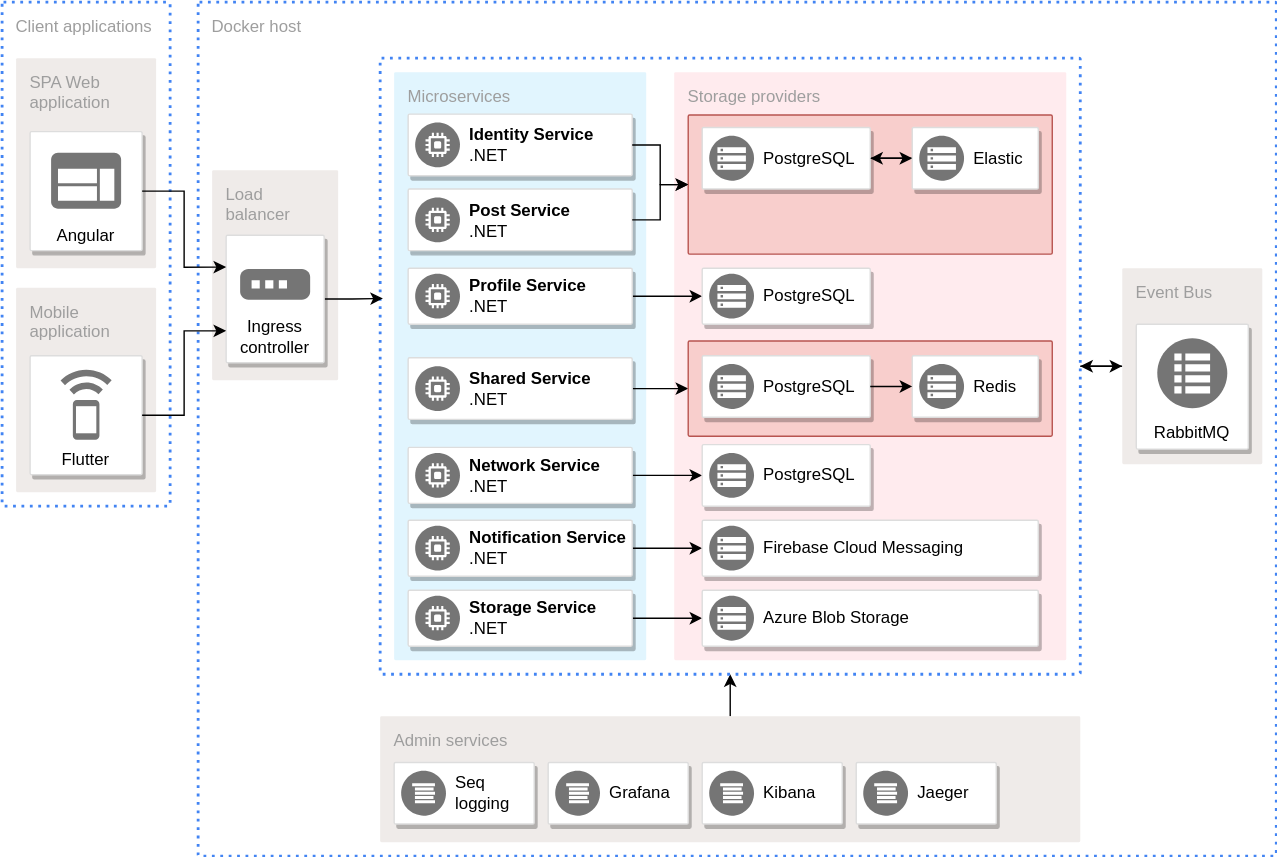
AdilRashidov/flilia-documentation keeps this draw.io diagram as backend/development-environment-architecture.svg. Above is the earlier version. Source tidied: cells renumbered, new cells last; positions are measured from the earlier drawing's top-left corner, leaving out a move shared by most shapes.
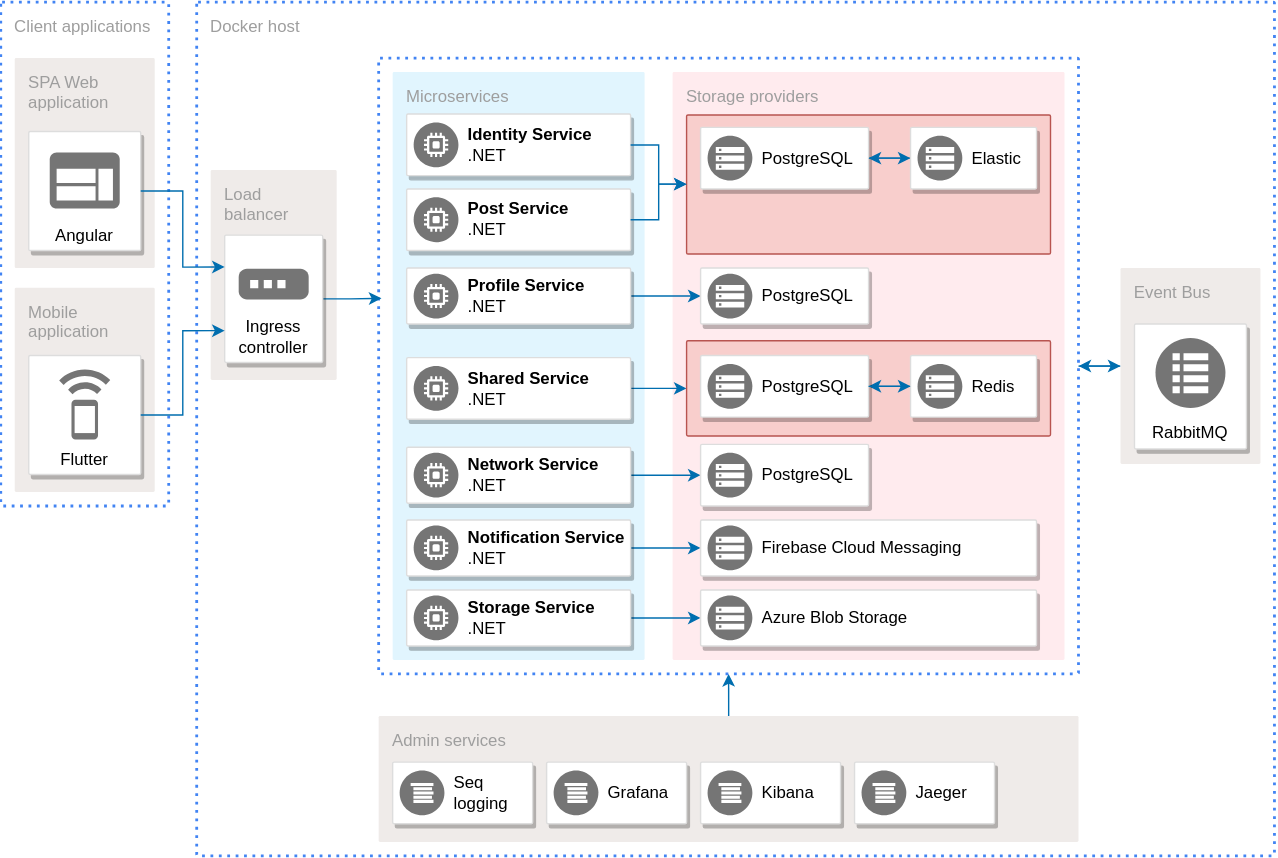
Later version of the same file.

Commit message:
Fix: Update diagran arrow colors

The edit, as a diff of the source:
```diff
@@ -5,7 +5,7 @@
     <mxCell id="2" value="Docker host" style="rounded=1;absoluteArcSize=1;arcSize=2;html=1;strokeColor=#4284F3;gradientColor=none;shadow=0;dashed=1;fontSize=12;fontColor=#9E9E9E;align=left;verticalAlign=top;spacing=10;spacingTop=-4;fillColor=none;dashPattern=1 2;strokeWidth=2;" parent="1" vertex="1">
       <mxGeometry x="140" width="770" height="610" as="geometry" />
     </mxCell>
-    <mxCell id="3" style="edgeStyle=orthogonalEdgeStyle;rounded=0;jettySize=auto;html=1;entryX=0.5;entryY=1;entryDx=0;entryDy=0;fontColor=#000000;" parent="1" edge="1" source="4" target="14">
+    <mxCell id="3" style="edgeStyle=orthogonalEdgeStyle;rounded=0;jettySize=auto;html=1;entryX=0.5;entryY=1;entryDx=0;entryDy=0;fontColor=#000000;fillColor=#1ba1e2;strokeColor=#006EAF;" parent="1" edge="1" source="4" target="14">
       <mxGeometry relative="1" as="geometry" />
     </mxCell>
     <mxCell id="4" value="Admin services" style="points=[[0,0,0],[0.25,0,0],[0.5,0,0],[0.75,0,0],[1,0,0],[1,0.25,0],[1,0.5,0],[1,0.75,0],[1,1,0],[0.75,1,0],[0.5,1,0],[0.25,1,0],[0,1,0],[0,0.75,0],[0,0.5,0],[0,0.25,0]];rounded=1;absoluteArcSize=1;arcSize=2;html=1;strokeColor=none;gradientColor=none;shadow=0;dashed=0;fontSize=12;fontColor=#9E9E9E;align=left;verticalAlign=top;spacing=10;spacingTop=-4;fillColor=#EFEBE9;glass=0;sketch=0;" parent="1" vertex="1">
@@ -39,7 +39,7 @@
     <mxCell id="12" value="Load &lt;br&gt;balancer" style="rounded=1;absoluteArcSize=1;arcSize=2;html=1;strokeColor=none;gradientColor=none;shadow=0;dashed=0;fontSize=12;fontColor=#9E9E9E;align=left;verticalAlign=top;spacing=10;spacingTop=-4;fillColor=#EFEBE9;" parent="1" vertex="1">
       <mxGeometry x="150" y="120" width="90" height="150" as="geometry" />
     </mxCell>
-    <mxCell id="13" style="edgeStyle=orthogonalEdgeStyle;rounded=0;jettySize=auto;html=1;entryX=0;entryY=0.5;entryDx=0;entryDy=0;entryPerimeter=0;fontColor=#000000;" parent="1" edge="1" source="14" target="51">
+    <mxCell id="13" style="edgeStyle=orthogonalEdgeStyle;rounded=0;jettySize=auto;html=1;entryX=0;entryY=0.5;entryDx=0;entryDy=0;entryPerimeter=0;fontColor=#000000;fillColor=#1ba1e2;strokeColor=#006EAF;" parent="1" edge="1" source="14" target="51">
       <mxGeometry relative="1" as="geometry" />
     </mxCell>
     <mxCell id="14" style="rounded=1;absoluteArcSize=1;arcSize=2;html=1;strokeColor=#4284F3;gradientColor=none;shadow=0;dashed=1;fontSize=12;fontColor=#9E9E9E;align=left;verticalAlign=top;spacing=10;spacingTop=-4;fillColor=none;dashPattern=1 2;strokeWidth=2;" parent="1" vertex="1">
@@ -67,7 +67,7 @@
         <mxPoint x="5" y="-16" as="offset" />
       </mxGeometry>
     </mxCell>
-    <mxCell id="21" style="edgeStyle=orthogonalEdgeStyle;rounded=0;jettySize=auto;html=1;fontColor=#000000;" parent="1" edge="1" source="22" target="69">
+    <mxCell id="21" style="edgeStyle=orthogonalEdgeStyle;rounded=0;jettySize=auto;html=1;fontColor=#000000;fillColor=#1ba1e2;strokeColor=#006EAF;" parent="1" edge="1" source="22" target="69">
       <mxGeometry relative="1" as="geometry" />
     </mxCell>
     <mxCell id="22" style="strokeColor=#dddddd;shadow=1;strokeWidth=1;rounded=1;absoluteArcSize=1;arcSize=2;" parent="1" vertex="1">
@@ -78,7 +78,7 @@
         <mxPoint x="5" y="-16" as="offset" />
       </mxGeometry>
     </mxCell>
-    <mxCell id="24" style="edgeStyle=orthogonalEdgeStyle;rounded=0;jettySize=auto;html=1;entryX=0;entryY=0.5;entryDx=0;entryDy=0;entryPerimeter=0;fontColor=#000000;" parent="1" edge="1" source="25" target="71">
+    <mxCell id="24" style="edgeStyle=orthogonalEdgeStyle;rounded=0;jettySize=auto;html=1;entryX=0;entryY=0.5;entryDx=0;entryDy=0;entryPerimeter=0;fontColor=#000000;fillColor=#1ba1e2;strokeColor=#006EAF;" parent="1" edge="1" source="25" target="71">
       <mxGeometry relative="1" as="geometry" />
     </mxCell>
     <mxCell id="25" style="strokeColor=#dddddd;shadow=1;strokeWidth=1;rounded=1;absoluteArcSize=1;arcSize=2;" parent="1" vertex="1">
@@ -89,7 +89,7 @@
         <mxPoint x="5" y="-16" as="offset" />
       </mxGeometry>
     </mxCell>
-    <mxCell id="27" style="edgeStyle=orthogonalEdgeStyle;rounded=0;jettySize=auto;html=1;entryX=0;entryY=0.5;entryDx=0;entryDy=0;fontColor=#000000;" parent="1" edge="1" source="28" target="43">
+    <mxCell id="27" style="edgeStyle=orthogonalEdgeStyle;rounded=0;jettySize=auto;html=1;entryX=0;entryY=0.5;entryDx=0;entryDy=0;fontColor=#000000;fillColor=#1ba1e2;strokeColor=#006EAF;" parent="1" edge="1" source="28" target="43">
       <mxGeometry relative="1" as="geometry" />
     </mxCell>
     <mxCell id="28" style="strokeColor=#dddddd;shadow=1;strokeWidth=1;rounded=1;absoluteArcSize=1;arcSize=2;" parent="1" vertex="1">
@@ -100,7 +100,7 @@
         <mxPoint x="5" y="-16" as="offset" />
       </mxGeometry>
     </mxCell>
-    <mxCell id="30" style="edgeStyle=orthogonalEdgeStyle;rounded=0;jettySize=auto;html=1;entryX=0;entryY=0.5;entryDx=0;entryDy=0;fontColor=#000000;" parent="1" edge="1" source="31" target="46">
+    <mxCell id="30" style="edgeStyle=orthogonalEdgeStyle;rounded=0;jettySize=auto;html=1;entryX=0;entryY=0.5;entryDx=0;entryDy=0;fontColor=#000000;fillColor=#1ba1e2;strokeColor=#006EAF;" parent="1" edge="1" source="31" target="46">
       <mxGeometry relative="1" as="geometry" />
     </mxCell>
     <mxCell id="31" style="strokeColor=#dddddd;shadow=1;strokeWidth=1;rounded=1;absoluteArcSize=1;arcSize=2;" parent="1" vertex="1">
@@ -111,7 +111,7 @@
         <mxPoint x="5" y="-16" as="offset" />
       </mxGeometry>
     </mxCell>
-    <mxCell id="33" style="edgeStyle=orthogonalEdgeStyle;rounded=0;jettySize=auto;html=1;fontColor=#000000;" parent="1" edge="1" source="34" target="48">
+    <mxCell id="33" style="edgeStyle=orthogonalEdgeStyle;rounded=0;jettySize=auto;html=1;fontColor=#000000;fillColor=#1ba1e2;strokeColor=#006EAF;" parent="1" edge="1" source="34" target="48">
       <mxGeometry relative="1" as="geometry" />
     </mxCell>
     <mxCell id="34" style="strokeColor=#dddddd;shadow=1;strokeWidth=1;rounded=1;absoluteArcSize=1;arcSize=2;" parent="1" vertex="1">
@@ -125,7 +125,7 @@
     <mxCell id="36" style="points=[[0,0,0],[0.25,0,0],[0.5,0,0],[0.75,0,0],[1,0,0],[1,0.25,0],[1,0.5,0],[1,0.75,0],[1,1,0],[0.75,1,0],[0.5,1,0],[0.25,1,0],[0,1,0],[0,0.75,0],[0,0.5,0],[0,0.25,0]];rounded=1;absoluteArcSize=1;arcSize=2;html=1;strokeColor=#b85450;shadow=0;dashed=0;fontSize=12;align=left;verticalAlign=top;spacing=10;spacingTop=-4;fillColor=#f8cecc;" parent="1" vertex="1">
       <mxGeometry x="490" y="80.6" width="260" height="99.4" as="geometry" />
     </mxCell>
-    <mxCell id="37" style="edgeStyle=orthogonalEdgeStyle;rounded=0;jettySize=auto;html=1;entryX=0;entryY=0.5;entryDx=0;entryDy=0;fontColor=#000000;" parent="1" edge="1" source="38" target="41">
+    <mxCell id="37" style="edgeStyle=orthogonalEdgeStyle;rounded=0;jettySize=auto;html=1;entryX=0;entryY=0.5;entryDx=0;entryDy=0;fontColor=#000000;fillColor=#1ba1e2;strokeColor=#006EAF;" parent="1" edge="1" source="38" target="41">
       <mxGeometry relative="1" as="geometry" />
     </mxCell>
     <mxCell id="38" style="strokeColor=#dddddd;shadow=1;strokeWidth=1;rounded=1;absoluteArcSize=1;arcSize=2;" parent="1" vertex="1">
@@ -136,7 +136,7 @@
         <mxPoint x="5" y="-16" as="offset" />
       </mxGeometry>
     </mxCell>
-    <mxCell id="40" style="edgeStyle=orthogonalEdgeStyle;rounded=0;jettySize=auto;html=1;entryX=1;entryY=0.5;entryDx=0;entryDy=0;fontColor=#000000;" parent="1" edge="1" source="41" target="38">
+    <mxCell id="40" style="edgeStyle=orthogonalEdgeStyle;rounded=0;jettySize=auto;html=1;entryX=1;entryY=0.5;entryDx=0;entryDy=0;fontColor=#000000;fillColor=#1ba1e2;strokeColor=#006EAF;" parent="1" edge="1" source="41" target="38">
       <mxGeometry relative="1" as="geometry" />
     </mxCell>
     <mxCell id="41" style="strokeColor=#dddddd;shadow=1;strokeWidth=1;rounded=1;absoluteArcSize=1;arcSize=2;" parent="1" vertex="1">
@@ -174,7 +174,7 @@
         <mxPoint x="5" y="-16" as="offset" />
       </mxGeometry>
     </mxCell>
-    <mxCell id="50" style="edgeStyle=orthogonalEdgeStyle;rounded=0;jettySize=auto;html=1;entryX=1;entryY=0.5;entryDx=0;entryDy=0;fontColor=#000000;" parent="1" edge="1" source="51" target="14">
+    <mxCell id="50" style="edgeStyle=orthogonalEdgeStyle;rounded=0;jettySize=auto;html=1;entryX=1;entryY=0.5;entryDx=0;entryDy=0;fontColor=#000000;fillColor=#1ba1e2;strokeColor=#006EAF;" parent="1" edge="1" source="51" target="14">
       <mxGeometry relative="1" as="geometry" />
     </mxCell>
     <mxCell id="51" value="Event Bus" style="points=[[0,0,0],[0.25,0,0],[0.5,0,0],[0.75,0,0],[1,0,0],[1,0.25,0],[1,0.5,0],[1,0.75,0],[1,1,0],[0.75,1,0],[0.5,1,0],[0.25,1,0],[0,1,0],[0,0.75,0],[0,0.5,0],[0,0.25,0]];rounded=1;absoluteArcSize=1;arcSize=2;html=1;strokeColor=none;gradientColor=none;shadow=0;dashed=0;fontSize=12;fontColor=#9E9E9E;align=left;verticalAlign=top;spacing=10;spacingTop=-4;fillColor=#EFEBE9;" parent="1" vertex="1">
@@ -186,7 +186,7 @@
     <mxCell id="53" style="dashed=0;html=1;fillColor=#757575;strokeColor=none;shape=mxgraph.gcp2.task_queues;labelPosition=right;verticalLabelPosition=middle;align=left;verticalAlign=middle;spacingLeft=5;fontSize=12;" parent="1" vertex="1">
       <mxGeometry x="825" y="240" width="50" height="50" as="geometry" />
     </mxCell>
-    <mxCell id="54" style="edgeStyle=orthogonalEdgeStyle;rounded=0;jettySize=auto;html=1;entryX=0.004;entryY=0.39;entryDx=0;entryDy=0;entryPerimeter=0;fontColor=#000000;" parent="1" edge="1" source="55" target="14">
+    <mxCell id="54" style="edgeStyle=orthogonalEdgeStyle;rounded=0;jettySize=auto;html=1;entryX=0.004;entryY=0.39;entryDx=0;entryDy=0;entryPerimeter=0;fontColor=#000000;fillColor=#1ba1e2;strokeColor=#006EAF;" parent="1" edge="1" source="55" target="14">
       <mxGeometry relative="1" as="geometry" />
     </mxCell>
     <mxCell id="55" value="Ingress&#10;controller" style="strokeColor=#dddddd;shadow=1;strokeWidth=1;rounded=1;absoluteArcSize=1;arcSize=2;labelPosition=center;verticalLabelPosition=middle;align=center;verticalAlign=bottom;spacingLeft=0;fontSize=12;whiteSpace=wrap;spacingBottom=2;glass=0;sketch=0;" parent="1" vertex="1">
@@ -229,13 +229,13 @@
         <mxPoint x="5" y="-16" as="offset" />
       </mxGeometry>
     </mxCell>
-    <mxCell id="65" style="edgeStyle=orthogonalEdgeStyle;rounded=0;jettySize=auto;html=1;entryX=0;entryY=0.25;entryDx=0;entryDy=0;fontColor=#000000;" parent="1" edge="1" source="8" target="55">
+    <mxCell id="65" style="edgeStyle=orthogonalEdgeStyle;rounded=0;jettySize=auto;html=1;entryX=0;entryY=0.25;entryDx=0;entryDy=0;fontColor=#000000;fillColor=#1ba1e2;strokeColor=#006EAF;" parent="1" edge="1" source="8" target="55">
       <mxGeometry relative="1" as="geometry" />
     </mxCell>
-    <mxCell id="66" style="edgeStyle=orthogonalEdgeStyle;rounded=0;jettySize=auto;html=1;entryX=0;entryY=0.75;entryDx=0;entryDy=0;fontColor=#000000;" parent="1" edge="1" source="10" target="55">
+    <mxCell id="66" style="edgeStyle=orthogonalEdgeStyle;rounded=0;jettySize=auto;html=1;entryX=0;entryY=0.75;entryDx=0;entryDy=0;fontColor=#000000;fillColor=#1ba1e2;strokeColor=#006EAF;" parent="1" edge="1" source="10" target="55">
       <mxGeometry relative="1" as="geometry" />
     </mxCell>
-    <mxCell id="67" style="edgeStyle=orthogonalEdgeStyle;rounded=0;jettySize=auto;html=1;entryX=0;entryY=0.5;entryDx=0;entryDy=0;entryPerimeter=0;fontColor=#000000;" parent="1" edge="1" source="19" target="36">
+    <mxCell id="67" style="edgeStyle=orthogonalEdgeStyle;rounded=0;jettySize=auto;html=1;entryX=0;entryY=0.5;entryDx=0;entryDy=0;entryPerimeter=0;fontColor=#000000;fillColor=#1ba1e2;strokeColor=#006EAF;" parent="1" edge="1" source="19" target="36">
       <mxGeometry relative="1" as="geometry">
         <Array as="points">
           <mxPoint x="470" y="156" />
@@ -244,7 +244,7 @@
         </Array>
       </mxGeometry>
     </mxCell>
-    <mxCell id="68" style="edgeStyle=orthogonalEdgeStyle;rounded=0;jettySize=auto;html=1;entryX=0;entryY=0.5;entryDx=0;entryDy=0;entryPerimeter=0;fontColor=#000000;" parent="1" edge="1" source="16" target="36">
+    <mxCell id="68" style="edgeStyle=orthogonalEdgeStyle;rounded=0;jettySize=auto;html=1;entryX=0;entryY=0.5;entryDx=0;entryDy=0;entryPerimeter=0;fontColor=#000000;fillColor=#1ba1e2;strokeColor=#006EAF;" parent="1" edge="1" source="16" target="36">
       <mxGeometry relative="1" as="geometry">
         <Array as="points">
           <mxPoint x="470" y="102" />
@@ -264,6 +264,11 @@
     <mxCell id="71" style="points=[[0,0,0],[0.25,0,0],[0.5,0,0],[0.75,0,0],[1,0,0],[1,0.25,0],[1,0.5,0],[1,0.75,0],[1,1,0],[0.75,1,0],[0.5,1,0],[0.25,1,0],[0,1,0],[0,0.75,0],[0,0.5,0],[0,0.25,0]];rounded=1;absoluteArcSize=1;arcSize=2;html=1;strokeColor=#b85450;shadow=0;dashed=0;fontSize=12;align=left;verticalAlign=top;spacing=10;spacingTop=-4;fillColor=#f8cecc;" parent="1" vertex="1">
       <mxGeometry x="490" y="242" width="260" height="68" as="geometry" />
     </mxCell>
+    <mxCell id="77" style="edgeStyle=orthogonalEdgeStyle;rounded=0;jettySize=auto;html=1;fontColor=#000000;fillColor=#1ba1e2;strokeColor=#006EAF;" parent="1" edge="1" source="72">
+      <mxGeometry relative="1" as="geometry">
+        <mxPoint x="620" y="274.5" as="targetPoint" />
+      </mxGeometry>
+    </mxCell>
     <mxCell id="72" style="strokeColor=#dddddd;shadow=1;strokeWidth=1;rounded=1;absoluteArcSize=1;arcSize=2;" parent="1" vertex="1">
       <mxGeometry x="650" y="252.5" width="90" height="44" as="geometry" />
     </mxCell>
@@ -280,7 +285,7 @@
         <mxPoint x="5" y="-16" as="offset" />
       </mxGeometry>
     </mxCell>
-    <mxCell id="76" style="edgeStyle=orthogonalEdgeStyle;rounded=0;jettySize=auto;html=1;entryX=0;entryY=0.5;entryDx=0;entryDy=0;fontColor=#000000;" parent="1" edge="1" source="74" target="72">
+    <mxCell id="76" style="edgeStyle=orthogonalEdgeStyle;rounded=0;jettySize=auto;html=1;entryX=0;entryY=0.5;entryDx=0;entryDy=0;fontColor=#000000;fillColor=#1ba1e2;strokeColor=#006EAF;" parent="1" edge="1" source="74" target="72">
       <mxGeometry relative="1" as="geometry" />
     </mxCell>
   </root>
```
